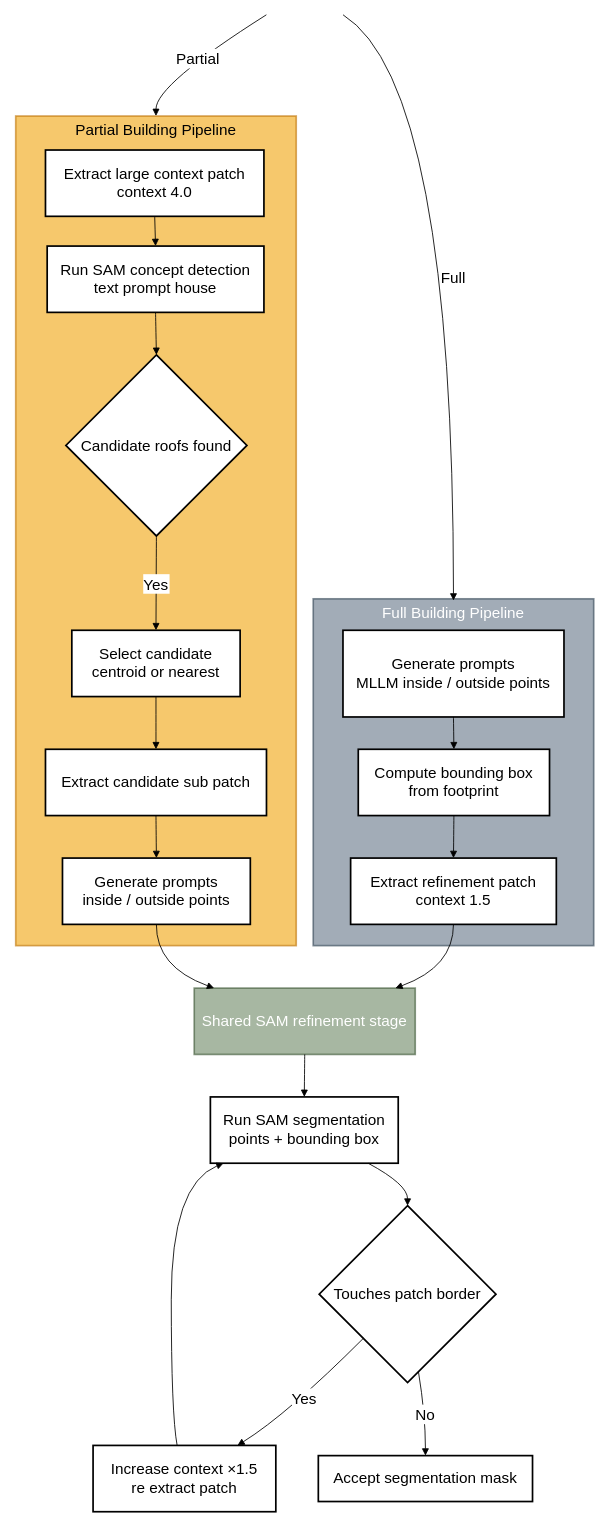
Above: Theory/Pictures/Flowchart_SAMStage.drawio in patrickfranzelin/Master-Thesis-GEOAI (draw.io), before the change. Source tidied: cells renumbered, new cells numbered last; positions are measured from the earlier drawing's top-left corner, leaving out a move shared by most shapes. Both pictures are drawn from the tidied source at 85%, with x=0, y=0 at pixel (15, 14).
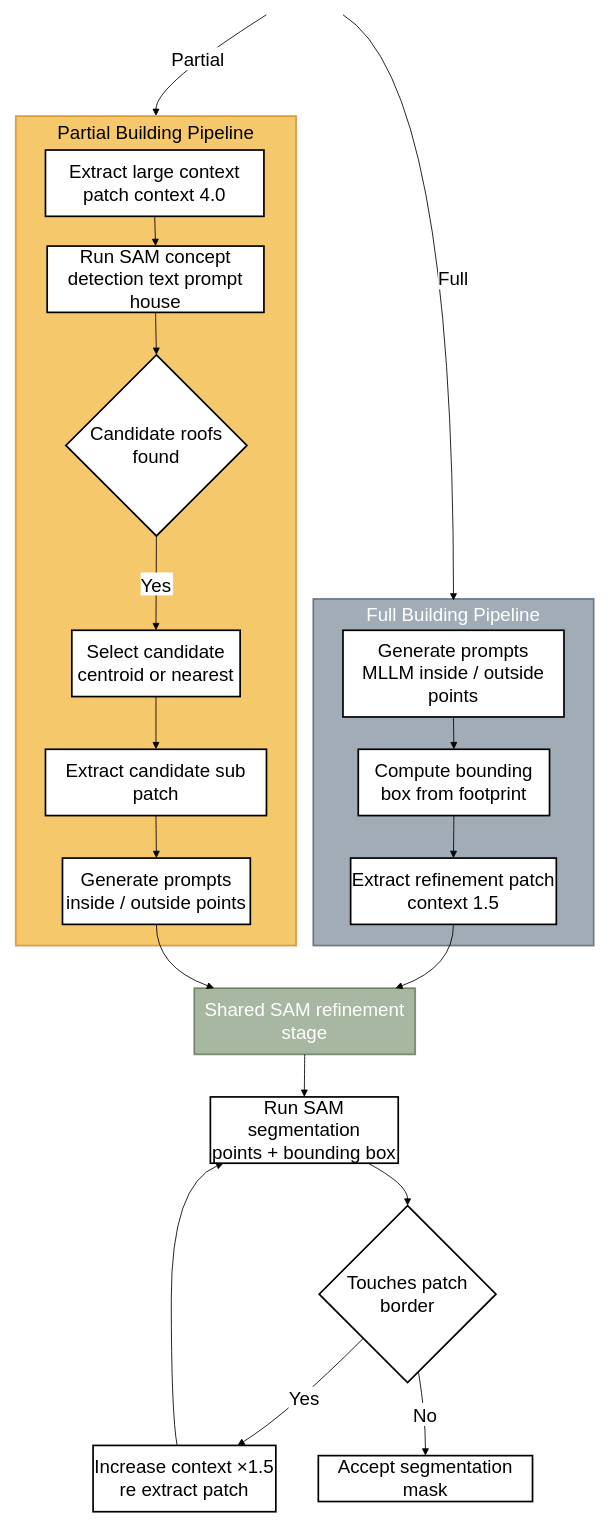
The same page after the edit.

Change to the diagram source:
```diff
@@
-    <mxCell id="2" value="Partial Building Pipeline" style="whiteSpace=wrap;strokeWidth=2;fillColor=#f0a30a;fontColor=#000000;strokeColor=#BD7000;fontSize=18;verticalAlign=top;fontFamily=Helvetica;rounded=0;glass=0;opacity=60;" parent="1" vertex="1">
+    <mxCell id="2" value="Partial Building Pipeline" style="whiteSpace=wrap;strokeWidth=2;fillColor=#f0a30a;fontColor=#000000;strokeColor=#BD7000;fontSize=22;verticalAlign=top;fontFamily=Helvetica;rounded=0;glass=0;opacity=60;" parent="1" vertex="1">
       <mxGeometry y="119" width="330" height="976" as="geometry" />
     </mxCell>
-    <mxCell id="3" value="Full Building Pipeline" style="whiteSpace=wrap;strokeWidth=2;fillColor=#647687;fontColor=#ffffff;strokeColor=#314354;fontSize=18;verticalAlign=top;fontFamily=Helvetica;opacity=60;" parent="1" vertex="1">
+    <mxCell id="3" value="Full Building Pipeline" style="whiteSpace=wrap;strokeWidth=2;fillColor=#647687;fontColor=#ffffff;strokeColor=#314354;fontSize=22;verticalAlign=top;fontFamily=Helvetica;opacity=60;" parent="1" vertex="1">
       <mxGeometry x="350" y="687" width="330" height="408" as="geometry" />
     </mxCell>
-    <mxCell id="4" value="Generate prompts&#10;MLLM inside / outside points" style="whiteSpace=wrap;strokeWidth=2;fontSize=18;fontFamily=Helvetica;" parent="1" vertex="1">
+    <mxCell id="4" value="Generate prompts&#10;MLLM inside / outside points" style="whiteSpace=wrap;strokeWidth=2;fontSize=22;fontFamily=Helvetica;" parent="1" vertex="1">
       <mxGeometry x="385" y="724" width="260" height="102" as="geometry" />
     </mxCell>
-    <mxCell id="5" value="Compute bounding box&#10;from footprint" style="whiteSpace=wrap;strokeWidth=2;fontSize=18;fontFamily=Helvetica;" parent="1" vertex="1">
+    <mxCell id="5" value="Compute bounding box from footprint" style="whiteSpace=wrap;strokeWidth=2;fontSize=22;fontFamily=Helvetica;" parent="1" vertex="1">
       <mxGeometry x="403" y="864" width="225" height="78" as="geometry" />
     </mxCell>
-    <mxCell id="6" value="Extract refinement patch&#10;context 1.5" style="whiteSpace=wrap;strokeWidth=2;fontSize=18;fontFamily=Helvetica;" parent="1" vertex="1">
+    <mxCell id="6" value="Extract refinement patch&#10;context 1.5" style="whiteSpace=wrap;strokeWidth=2;fontSize=22;fontFamily=Helvetica;" parent="1" vertex="1">
       <mxGeometry x="394" y="992" width="242" height="78" as="geometry" />
     </mxCell>
-    <mxCell id="7" value="Extract large context patch&#10;context 4.0" style="whiteSpace=wrap;strokeWidth=2;fontSize=18;fontFamily=Helvetica;" parent="1" vertex="1">
+    <mxCell id="7" value="Extract large context patch context 4.0" style="whiteSpace=wrap;strokeWidth=2;fontSize=22;fontFamily=Helvetica;" parent="1" vertex="1">
       <mxGeometry x="35" y="159" width="257" height="78" as="geometry" />
     </mxCell>
-    <mxCell id="8" value="Run SAM concept detection&#10;text prompt house" style="whiteSpace=wrap;strokeWidth=2;fontSize=18;fontFamily=Helvetica;" parent="1" vertex="1">
+    <mxCell id="8" value="Run SAM concept detection text prompt house" style="whiteSpace=wrap;strokeWidth=2;fontSize=22;fontFamily=Helvetica;" parent="1" vertex="1">
       <mxGeometry x="37" y="272" width="255" height="78" as="geometry" />
     </mxCell>
-    <mxCell id="9" value="Candidate roofs found" style="rhombus;strokeWidth=2;whiteSpace=wrap;fontSize=18;fontFamily=Helvetica;" parent="1" vertex="1">
+    <mxCell id="9" value="Candidate roofs found" style="rhombus;strokeWidth=2;whiteSpace=wrap;fontSize=22;fontFamily=Helvetica;" parent="1" vertex="1">
       <mxGeometry x="59" y="400" width="213" height="213" as="geometry" />
     </mxCell>
-    <mxCell id="10" value="Select candidate&#10;centroid or nearest" style="whiteSpace=wrap;strokeWidth=2;fontSize=18;fontFamily=Helvetica;" parent="1" vertex="1">
+    <mxCell id="10" value="Select candidate&#10;centroid or nearest" style="whiteSpace=wrap;strokeWidth=2;fontSize=22;fontFamily=Helvetica;" parent="1" vertex="1">
       <mxGeometry x="66" y="724" width="198" height="78" as="geometry" />
     </mxCell>
-    <mxCell id="11" value="Extract candidate sub patch" style="whiteSpace=wrap;strokeWidth=2;fontSize=18;fontFamily=Helvetica;" parent="1" vertex="1">
+    <mxCell id="11" value="Extract candidate sub patch" style="whiteSpace=wrap;strokeWidth=2;fontSize=22;fontFamily=Helvetica;" parent="1" vertex="1">
       <mxGeometry x="35" y="864" width="260" height="78" as="geometry" />
     </mxCell>
-    <mxCell id="12" value="Generate prompts&#10;inside / outside points" style="whiteSpace=wrap;strokeWidth=2;fontSize=18;fontFamily=Helvetica;" parent="1" vertex="1">
+    <mxCell id="12" value="Generate prompts&#10;inside / outside points" style="whiteSpace=wrap;strokeWidth=2;fontSize=22;fontFamily=Helvetica;" parent="1" vertex="1">
       <mxGeometry x="55" y="992" width="221" height="78" as="geometry" />
     </mxCell>
-    <mxCell id="13" value="Shared SAM refinement stage" style="whiteSpace=wrap;strokeWidth=2;fillColor=#6d8764;fontColor=#ffffff;strokeColor=#3A5431;fontSize=18;fontFamily=Helvetica;opacity=60;" parent="1" vertex="1">
+    <mxCell id="13" value="Shared SAM refinement stage" style="whiteSpace=wrap;strokeWidth=2;fillColor=#6d8764;fontColor=#ffffff;strokeColor=#3A5431;fontSize=22;fontFamily=Helvetica;opacity=60;" parent="1" vertex="1">
       <mxGeometry x="210" y="1145" width="260" height="78" as="geometry" />
     </mxCell>
-    <mxCell id="14" value="Run SAM segmentation&#10;points + bounding box" style="whiteSpace=wrap;strokeWidth=2;fontSize=18;fontFamily=Helvetica;" parent="1" vertex="1">
+    <mxCell id="14" value="Run SAM segmentation&#10;points + bounding box" style="whiteSpace=wrap;strokeWidth=2;fontSize=22;fontFamily=Helvetica;" parent="1" vertex="1">
       <mxGeometry x="229" y="1273" width="221" height="78" as="geometry" />
     </mxCell>
-    <mxCell id="15" value="Touches patch border" style="rhombus;strokeWidth=2;whiteSpace=wrap;fontSize=18;fontFamily=Helvetica;" parent="1" vertex="1">
+    <mxCell id="15" value="Touches patch border" style="rhombus;strokeWidth=2;whiteSpace=wrap;fontSize=22;fontFamily=Helvetica;" parent="1" vertex="1">
       <mxGeometry x="357" y="1401" width="208" height="208" as="geometry" />
     </mxCell>
-    <mxCell id="16" value="Increase context ×1.5&#10;re extract patch" style="whiteSpace=wrap;strokeWidth=2;fontSize=18;fontFamily=Helvetica;" parent="1" vertex="1">
+    <mxCell id="16" value="Increase context ×1.5&#10;re extract patch" style="whiteSpace=wrap;strokeWidth=2;fontSize=22;fontFamily=Helvetica;" parent="1" vertex="1">
       <mxGeometry x="91" y="1683" width="215" height="78" as="geometry" />
     </mxCell>
-    <mxCell id="17" value="Accept segmentation mask" style="whiteSpace=wrap;strokeWidth=2;fontSize=18;fontFamily=Helvetica;" parent="1" vertex="1">
+    <mxCell id="17" value="Accept segmentation mask" style="whiteSpace=wrap;strokeWidth=2;fontSize=22;fontFamily=Helvetica;" parent="1" vertex="1">
       <mxGeometry x="356" y="1695" width="252" height="54" as="geometry" />
     </mxCell>
@@
-    <mxCell id="22" value="Yes" style="curved=1;startArrow=none;endArrow=block;exitX=0.5;exitY=1;entryX=0.5;entryY=0;rounded=0;fontSize=18;fontFamily=Helvetica;" parent="1" edge="1" source="9" target="10">
+    <mxCell id="22" value="Yes" style="curved=1;startArrow=none;endArrow=block;exitX=0.5;exitY=1;entryX=0.5;entryY=0;rounded=0;fontSize=22;fontFamily=Helvetica;" parent="1" edge="1" source="9" target="10">
       <mxGeometry relative="1" as="geometry" />
     </mxCell>
@@
-    <mxCell id="25" value="Full" style="curved=1;startArrow=none;endArrow=block;exitX=1;exitY=0.82;rounded=0;fontSize=18;entryX=0.5;entryY=0.005;entryDx=0;entryDy=0;entryPerimeter=0;fontFamily=Helvetica;" parent="1" edge="1" target="3">
+    <mxCell id="25" value="Full" style="curved=1;startArrow=none;endArrow=block;exitX=1;exitY=0.82;rounded=0;fontSize=22;entryX=0.5;entryY=0.005;entryDx=0;entryDy=0;entryPerimeter=0;fontFamily=Helvetica;" parent="1" edge="1" target="3">
       <mxGeometry relative="1" as="geometry">
         <mxPoint x="385.1" y="-0.1" as="sourcePoint" />
         <Array as="points">
           <mxPoint x="515" y="82" />
         </Array>
       </mxGeometry>
     </mxCell>
-    <mxCell id="26" value="Partial" style="curved=1;startArrow=none;endArrow=block;exitX=0;exitY=0.82;rounded=0;fontSize=18;entryX=0.5;entryY=0;entryDx=0;entryDy=0;fontFamily=Helvetica;" parent="1" edge="1" target="2">
+    <mxCell id="26" value="Partial" style="curved=1;startArrow=none;endArrow=block;exitX=0;exitY=0.82;rounded=0;fontSize=22;entryX=0.5;entryY=0;entryDx=0;entryDy=0;fontFamily=Helvetica;" parent="1" edge="1" target="2">
       <mxGeometry relative="1" as="geometry">
         <mxPoint x="294.9" y="-0.1" as="sourcePoint" />
         <Array as="points">
           <mxPoint x="165" y="82" />
         </Array>
       </mxGeometry>
     </mxCell>
@@
-    <mxCell id="31" value="Yes" style="curved=1;startArrow=none;endArrow=block;exitX=0;exitY=1;entryX=0.79;entryY=0;rounded=0;fontSize=18;fontFamily=Helvetica;" parent="1" edge="1" source="15" target="16">
+    <mxCell id="31" value="Yes" style="curved=1;startArrow=none;endArrow=block;exitX=0;exitY=1;entryX=0.79;entryY=0;rounded=0;fontSize=22;fontFamily=Helvetica;" parent="1" edge="1" source="15" target="16">
       <mxGeometry relative="1" as="geometry">
         <Array as="points">
           <mxPoint x="320" y="1646" />
         </Array>
       </mxGeometry>
     </mxCell>
@@
-    <mxCell id="33" value="No" style="curved=1;startArrow=none;endArrow=block;exitX=0.57;exitY=1;entryX=0.5;entryY=0;rounded=0;fontSize=18;fontFamily=Helvetica;" parent="1" edge="1" source="15" target="17">
+    <mxCell id="33" value="No" style="curved=1;startArrow=none;endArrow=block;exitX=0.57;exitY=1;entryX=0.5;entryY=0;rounded=0;fontSize=22;fontFamily=Helvetica;" parent="1" edge="1" source="15" target="17">
       <mxGeometry relative="1" as="geometry">
         <Array as="points">
           <mxPoint x="482" y="1646" />
         </Array>
       </mxGeometry>
     </mxCell>
```
